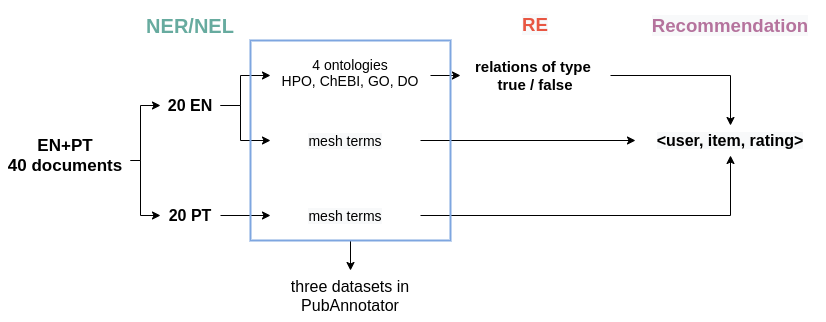
Before: progress.png, a diagram exported from draw.io (lasigeBioTM/blah7). Source tidied: cells renumbered, new cells last; positions are measured from the earlier drawing's top-left corner, leaving out a move shared by most shapes.
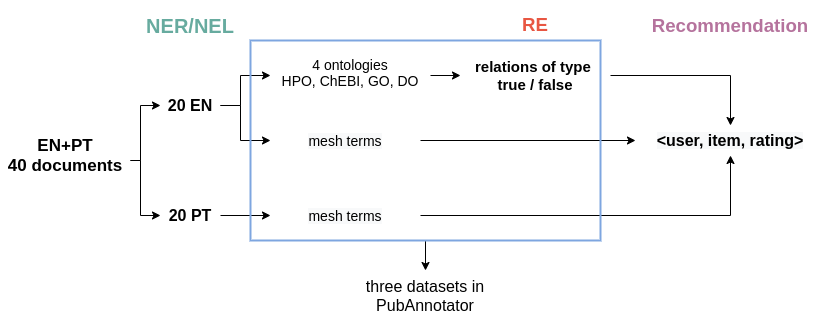
The same file after the commit.

Change to the diagram source:
```diff
@@ -49,7 +49,7 @@
     <mxCell id="10" value="NER/NEL" style="text;whiteSpace=wrap;align=center;verticalAlign=middle;fontSize=20;fontStyle=1;fontColor=#67AB9F;" parent="1" vertex="1">
       <mxGeometry x="135" width="110" height="50" as="geometry" />
     </mxCell>
-    <mxCell id="11" value="&lt;span style=&quot;font-family: arial; font-size: 18.6667px; font-style: normal; font-weight: 700; letter-spacing: normal; text-indent: 0px; text-transform: none; word-spacing: 0px; background-color: rgb(248, 249, 250); display: inline; float: none;&quot;&gt;RE&lt;/span&gt;" style="text;whiteSpace=wrap;html=1;fontSize=20;align=center;fontColor=#E85642;" parent="1" vertex="1">
+    <mxCell id="11" value="&lt;span style=&quot;font-family: arial; font-size: 18.6667px; font-style: normal; font-weight: 700; letter-spacing: normal; text-indent: 0px; text-transform: none; word-spacing: 0px; display: inline; float: none;&quot;&gt;RE&lt;/span&gt;" style="text;whiteSpace=wrap;html=1;fontSize=20;align=center;fontColor=#E85642;labelBackgroundColor=none;" parent="1" vertex="1">
       <mxGeometry x="510" y="5" width="50" height="40" as="geometry" />
     </mxCell>
     <mxCell id="12" style="edgeStyle=orthogonalEdgeStyle;rounded=0;jettySize=auto;html=1;fontSize=16;fontColor=#B5739D;" parent="1" edge="1" source="13" target="21">
@@ -70,7 +70,7 @@
     <mxCell id="17" value="&lt;meta charset=&quot;utf-8&quot; style=&quot;font-size: 14px;&quot;&gt;&lt;span style=&quot;color: rgb(0, 0, 0); font-family: arial; font-size: 14px; font-style: normal; font-weight: 400; letter-spacing: normal; text-indent: 0px; text-transform: none; word-spacing: 0px; background-color: rgb(248, 249, 250); display: inline; float: none;&quot;&gt;mesh terms&lt;/span&gt;" style="text;whiteSpace=wrap;html=1;fontSize=14;fontColor=#E85642;verticalAlign=middle;align=center;" parent="1" vertex="1">
       <mxGeometry x="270" y="195" width="150" height="40" as="geometry" />
     </mxCell>
-    <mxCell id="18" value="&lt;meta charset=&quot;utf-8&quot;&gt;&lt;span style=&quot;font-family: arial; font-size: 18.6667px; font-style: normal; font-weight: 700; letter-spacing: normal; text-indent: 0px; text-transform: none; word-spacing: 0px; background-color: rgb(248, 249, 250); display: inline; float: none;&quot;&gt;Recommendation&lt;/span&gt;" style="text;whiteSpace=wrap;html=1;fontSize=14;align=center;verticalAlign=middle;fontColor=#B5739D;" parent="1" vertex="1">
+    <mxCell id="18" value="&lt;meta charset=&quot;utf-8&quot;&gt;&lt;span style=&quot;font-family: arial; font-size: 18.6667px; font-style: normal; font-weight: 700; letter-spacing: normal; text-indent: 0px; text-transform: none; word-spacing: 0px; display: inline; float: none;&quot;&gt;Recommendation&lt;/span&gt;" style="text;whiteSpace=wrap;html=1;fontSize=14;align=center;verticalAlign=middle;fontColor=#B5739D;labelBackgroundColor=none;" parent="1" vertex="1">
       <mxGeometry x="640" y="10" width="180" height="30" as="geometry" />
     </mxCell>
     <mxCell id="19" value="&lt;meta charset=&quot;utf-8&quot; style=&quot;font-size: 16px;&quot;&gt;&lt;span style=&quot;color: rgb(0, 0, 0); font-family: arial; font-size: 16px; font-style: normal; letter-spacing: normal; text-indent: 0px; text-transform: none; word-spacing: 0px; background-color: rgb(248, 249, 250); display: inline; float: none;&quot;&gt;&amp;lt;user, item, rating&amp;gt;&lt;/span&gt;" style="text;whiteSpace=wrap;html=1;fontSize=16;fontColor=#B5739D;fontStyle=1;align=center;verticalAlign=middle;" parent="1" vertex="1">
@@ -86,10 +86,10 @@
       <mxGeometry relative="1" as="geometry" />
     </mxCell>
     <mxCell id="23" style="rounded=0;whiteSpace=wrap;html=1;fontSize=16;fontColor=#B5739D;align=center;fillColor=none;strokeColor=#7EA6E0;strokeWidth=2;" parent="1" vertex="1">
-      <mxGeometry x="250" y="40" width="200" height="200" as="geometry" />
+      <mxGeometry x="250" y="40" width="350" height="200" as="geometry" />
     </mxCell>
     <mxCell id="24" value="&lt;font color=&quot;#000000&quot;&gt;three datasets in PubAnnotator&lt;/font&gt;" style="rounded=0;whiteSpace=wrap;html=1;fontSize=16;fontColor=#B5739D;align=center;fillColor=none;strokeWidth=2;strokeColor=none;" parent="1" vertex="1">
-      <mxGeometry x="250" y="270" width="200" height="50" as="geometry" />
+      <mxGeometry x="325" y="270" width="200" height="50" as="geometry" />
     </mxCell>
   </root>
 </mxGraphModel>
```
